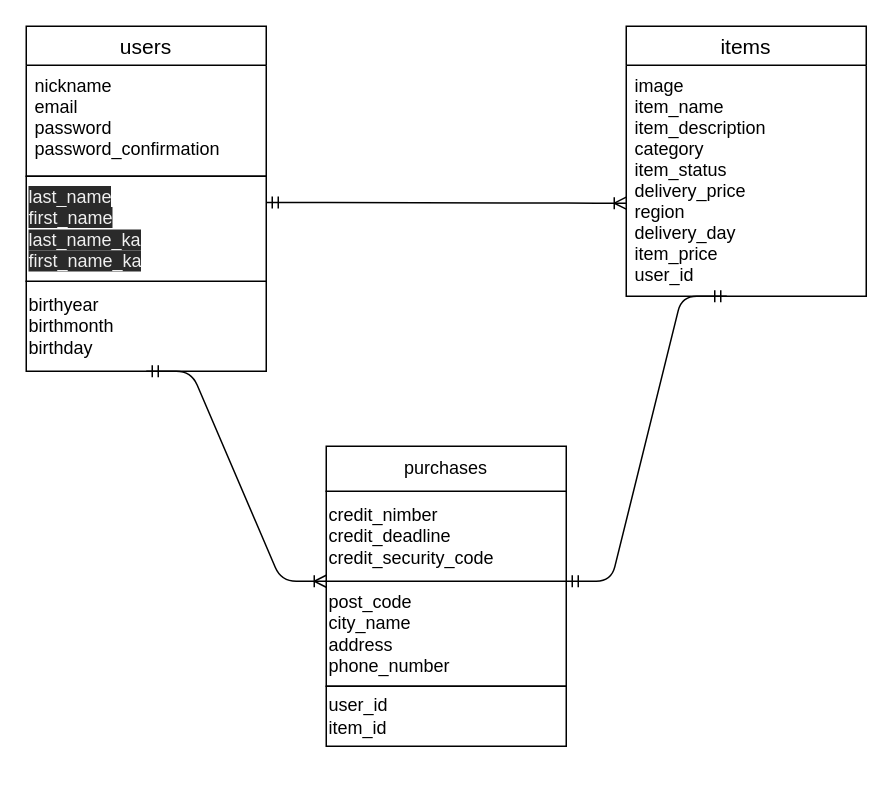
The draw.io diagram er.dio in teru-sei/furima-35973, before the edit. Source tidied: cells renumbered, new cells numbered last; positions are measured from the earlier drawing's top-left corner, leaving out a move shared by most shapes. Both pictures are drawn from the tidied source at 150%, with x=0, y=0 at pixel (26, 26).
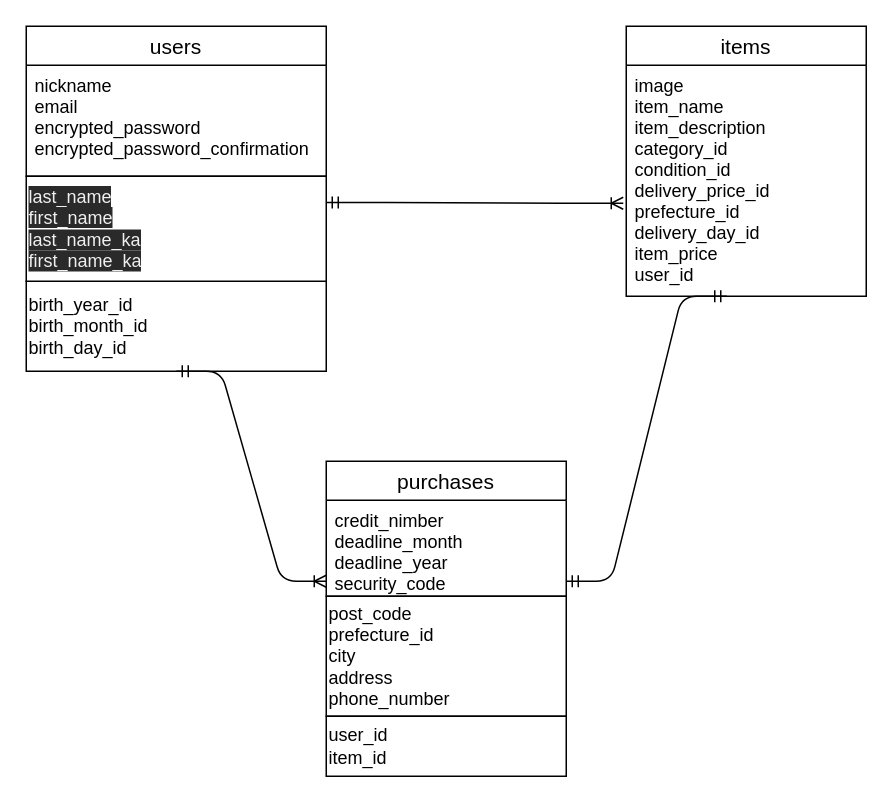
After the change.

Commit message (it also covers changes not shown here):
README作成　ER図修正

Diff of the diagram source:
```diff
@@
 <mxGraphModel>
   <root>
     <mxCell id="0" />
     <mxCell id="1" parent="0" />
     <mxCell id="2" value="users" style="swimlane;fontStyle=0;horizontal=1;startSize=26;align=center;fontSize=14;" parent="1" vertex="1">
-      <mxGeometry width="160" height="100" as="geometry" />
+      <mxGeometry width="200" height="100" as="geometry" />
     </mxCell>
-    <mxCell id="3" value="nickname&#10;email&#10;password&#10;password_confirmation" style="text;strokeColor=none;fillColor=none;spacingLeft=4;spacingRight=4;overflow=hidden;fontSize=12;" parent="2" vertex="1">
-      <mxGeometry y="26" width="160" height="74" as="geometry" />
+    <mxCell id="3" value="nickname&#10;email&#10;encrypted_password&#10;encrypted_password_confirmation" style="text;strokeColor=none;fillColor=none;spacingLeft=4;spacingRight=4;overflow=hidden;fontSize=12;" parent="2" vertex="1">
+      <mxGeometry y="26" width="200" height="74" as="geometry" />
     </mxCell>
     <mxCell id="4" value="items" style="swimlane;fontStyle=0;horizontal=1;startSize=26;align=center;fontSize=14;" parent="1" vertex="1">
       <mxGeometry x="400" width="160" height="180" as="geometry" />
     </mxCell>
-    <mxCell id="5" value="image&#10;item_name&#10;item_description&#10;category&#10;item_status&#10;delivery_price&#10;region&#10;delivery_day&#10;item_price&#10;user_id" style="text;strokeColor=none;fillColor=none;spacingLeft=4;spacingRight=4;overflow=hidden;points=[[0,0.5],[1,0.5]];portConstraint=eastwest;fontSize=12;" parent="4" vertex="1">
+    <mxCell id="5" value="image&#10;item_name&#10;item_description&#10;category_id&#10;condition_id&#10;delivery_price_id&#10;prefecture_id&#10;delivery_day_id&#10;item_price&#10;user_id" style="text;strokeColor=none;fillColor=none;spacingLeft=4;spacingRight=4;overflow=hidden;points=[[0,0.5],[1,0.5]];portConstraint=eastwest;fontSize=12;" parent="4" vertex="1">
       <mxGeometry y="26" width="160" height="154" as="geometry" />
     </mxCell>
-    <mxCell id="6" value="post_code&lt;br&gt;city_name&lt;br&gt;address&lt;br&gt;phone_number" style="whiteSpace=wrap;html=1;align=left;" parent="1" vertex="1">
-      <mxGeometry x="200" y="370" width="160" height="70" as="geometry" />
+    <mxCell id="6" value="post_code&lt;br&gt;prefecture_id&lt;br&gt;city&lt;br&gt;address&lt;br&gt;phone_number" style="whiteSpace=wrap;html=1;align=left;" parent="1" vertex="1">
+      <mxGeometry x="200" y="380" width="160" height="80" as="geometry" />
     </mxCell>
-    <mxCell id="7" value="credit_nimber&lt;br&gt;credit_deadline&lt;br&gt;credit_security_code" style="whiteSpace=wrap;html=1;align=left;" parent="1" vertex="1">
-      <mxGeometry x="200" y="310" width="160" height="60" as="geometry" />
-    </mxCell>
     <mxCell id="8" value="user_id&lt;br&gt;&lt;div style=&quot;&quot;&gt;&lt;span&gt;item_id&lt;/span&gt;&lt;/div&gt;" style="whiteSpace=wrap;html=1;align=left;" parent="1" vertex="1">
-      <mxGeometry x="200" y="440" width="160" height="40" as="geometry" />
+      <mxGeometry x="200" y="460" width="160" height="40" as="geometry" />
     </mxCell>
-    <mxCell id="9" value="purchases" style="whiteSpace=wrap;html=1;" parent="1" vertex="1">
-      <mxGeometry x="200" y="280" width="160" height="30" as="geometry" />
-    </mxCell>
-    <mxCell id="10" value="&lt;span style=&quot;&quot;&gt;birthyear&lt;/span&gt;&lt;br style=&quot;padding: 0px; margin: 0px;&quot;&gt;&lt;span style=&quot;&quot;&gt;birthmonth&lt;/span&gt;&lt;br style=&quot;padding: 0px; margin: 0px;&quot;&gt;&lt;span style=&quot;&quot;&gt;birthday&lt;/span&gt;" style="whiteSpace=wrap;html=1;align=left;" parent="1" vertex="1">
-      <mxGeometry y="170" width="160" height="60" as="geometry" />
+    <mxCell id="10" value="&lt;span&gt;birth_year_id&lt;/span&gt;&lt;br style=&quot;padding: 0px ; margin: 0px&quot;&gt;&lt;span&gt;birth_month_id&lt;/span&gt;&lt;br style=&quot;padding: 0px ; margin: 0px&quot;&gt;&lt;span&gt;birth_day_id&lt;/span&gt;" style="whiteSpace=wrap;html=1;align=left;" parent="1" vertex="1">
+      <mxGeometry y="170" width="200" height="60" as="geometry" />
     </mxCell>
     <mxCell id="11" value="&lt;span style=&quot;color: rgb(240 , 240 , 240) ; font-family: &amp;#34;helvetica&amp;#34; ; font-size: 12px ; font-style: normal ; font-weight: 400 ; letter-spacing: normal ; text-indent: 0px ; text-transform: none ; word-spacing: 0px ; background-color: rgb(42 , 42 , 42) ; display: inline ; float: none&quot;&gt;last_name&lt;/span&gt;&lt;br style=&quot;padding: 0px ; margin: 0px ; color: rgb(240 , 240 , 240) ; font-family: &amp;#34;helvetica&amp;#34; ; font-size: 12px ; font-style: normal ; font-weight: 400 ; letter-spacing: normal ; text-indent: 0px ; text-transform: none ; word-spacing: 0px ; background-color: rgb(42 , 42 , 42)&quot;&gt;&lt;span style=&quot;color: rgb(240 , 240 , 240) ; font-family: &amp;#34;helvetica&amp;#34; ; font-size: 12px ; font-style: normal ; font-weight: 400 ; letter-spacing: normal ; text-indent: 0px ; text-transform: none ; word-spacing: 0px ; background-color: rgb(42 , 42 , 42) ; display: inline ; float: none&quot;&gt;first_name&lt;/span&gt;&lt;br style=&quot;padding: 0px ; margin: 0px ; color: rgb(240 , 240 , 240) ; font-family: &amp;#34;helvetica&amp;#34; ; font-size: 12px ; font-style: normal ; font-weight: 400 ; letter-spacing: normal ; text-indent: 0px ; text-transform: none ; word-spacing: 0px ; background-color: rgb(42 , 42 , 42)&quot;&gt;&lt;span style=&quot;color: rgb(240 , 240 , 240) ; font-family: &amp;#34;helvetica&amp;#34; ; font-size: 12px ; font-style: normal ; font-weight: 400 ; letter-spacing: normal ; text-indent: 0px ; text-transform: none ; word-spacing: 0px ; background-color: rgb(42 , 42 , 42) ; display: inline ; float: none&quot;&gt;last_name_ka&lt;/span&gt;&lt;br style=&quot;padding: 0px ; margin: 0px ; color: rgb(240 , 240 , 240) ; font-family: &amp;#34;helvetica&amp;#34; ; font-size: 12px ; font-style: normal ; font-weight: 400 ; letter-spacing: normal ; text-indent: 0px ; text-transform: none ; word-spacing: 0px ; background-color: rgb(42 , 42 , 42)&quot;&gt;&lt;span style=&quot;color: rgb(240 , 240 , 240) ; font-family: &amp;#34;helvetica&amp;#34; ; font-size: 12px ; font-style: normal ; font-weight: 400 ; letter-spacing: normal ; text-indent: 0px ; text-transform: none ; word-spacing: 0px ; background-color: rgb(42 , 42 , 42) ; display: inline ; float: none&quot;&gt;first_name_ka&lt;/span&gt;" style="whiteSpace=wrap;html=1;align=left;" parent="1" vertex="1">
-      <mxGeometry y="100" width="160" height="70" as="geometry" />
+      <mxGeometry y="100" width="200" height="70" as="geometry" />
     </mxCell>
     <mxCell id="12" style="edgeStyle=entityRelationEdgeStyle;fontSize=12;html=1;endArrow=ERmandOne;startArrow=ERmandOne;" parent="1" edge="1">
       <mxGeometry relative="1" as="geometry">
         <mxPoint x="360" y="370" as="sourcePoint" />
         <mxPoint x="467" y="180" as="targetPoint" />
       </mxGeometry>
     </mxCell>
-    <mxCell id="13" style="edgeStyle=entityRelationEdgeStyle;fontSize=12;html=1;endArrow=ERoneToMany;startArrow=ERmandOne;exitX=1;exitY=0.25;exitDx=0;exitDy=0;entryX=0;entryY=0.597;entryDx=0;entryDy=0;entryPerimeter=0;" parent="1" edge="1" source="11" target="5">
-      <mxGeometry relative="1" as="geometry" />
+    <mxCell id="13" style="edgeStyle=entityRelationEdgeStyle;fontSize=12;html=1;endArrow=ERoneToMany;startArrow=ERmandOne;exitX=1;exitY=0.25;exitDx=0;exitDy=0;" parent="1" edge="1" source="11">
+      <mxGeometry relative="1" as="geometry">
+        <mxPoint x="398" y="118" as="targetPoint" />
+      </mxGeometry>
     </mxCell>
-    <mxCell id="14" style="edgeStyle=entityRelationEdgeStyle;fontSize=12;html=1;endArrow=ERoneToMany;startArrow=ERmandOne;entryX=0;entryY=1;entryDx=0;entryDy=0;exitX=0.5;exitY=1;exitDx=0;exitDy=0;" parent="1" edge="1" source="10" target="7">
-      <mxGeometry relative="1" as="geometry" />
+    <mxCell id="14" style="edgeStyle=entityRelationEdgeStyle;fontSize=12;html=1;endArrow=ERoneToMany;startArrow=ERmandOne;entryX=0;entryY=1;entryDx=0;entryDy=0;exitX=0.5;exitY=1;exitDx=0;exitDy=0;" parent="1" edge="1" source="10">
+      <mxGeometry relative="1" as="geometry">
+        <mxPoint x="200" y="370" as="targetPoint" />
+      </mxGeometry>
     </mxCell>
+    <mxCell id="9" value="purchases" style="swimlane;fontStyle=0;horizontal=1;startSize=26;align=center;fontSize=14;" parent="1" vertex="1">
+      <mxGeometry x="200" y="290" width="160" height="90" as="geometry" />
+    </mxCell>
+    <mxCell id="15" value="credit_nimber&#10;deadline_month&#10;deadline_year&#10;security_code" style="text;strokeColor=none;fillColor=none;spacingLeft=4;spacingRight=4;overflow=hidden;fontSize=12;" parent="9" vertex="1">
+      <mxGeometry y="26" width="160" height="64" as="geometry" />
+    </mxCell>
   </root>
 </mxGraphModel>
```
